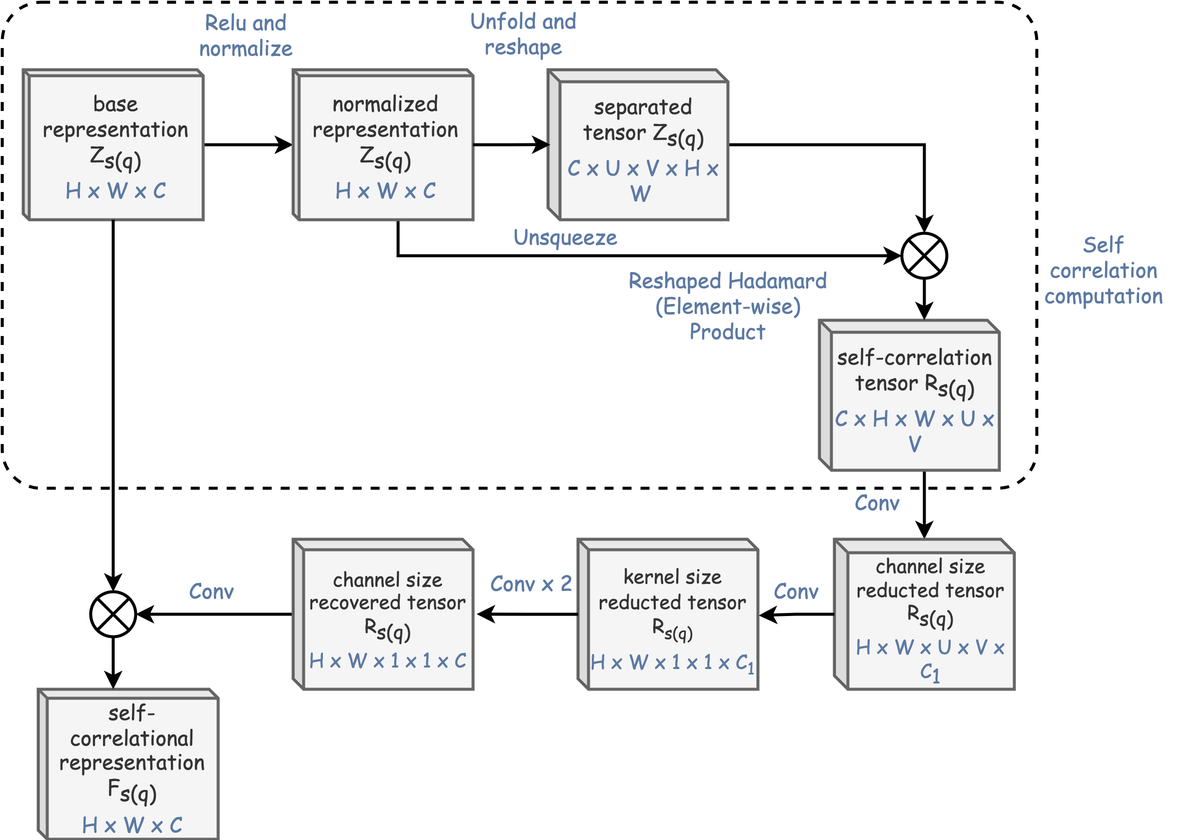
This is readme/scr.png from ygritte723/gi_image_proj, a draw.io export, as it was before one commit. Source tidied: cells renumbered, new cells last; positions are measured from the earlier drawing's top-left corner, leaving out a move shared by most shapes.
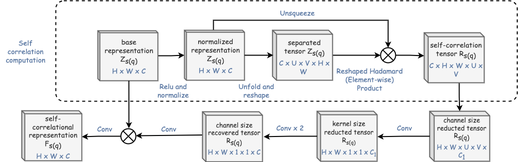
The same file after the commit.

What changed in the source:
```diff
@@ -3,30 +3,30 @@
     <mxCell id="0" />
     <mxCell id="1" parent="0" />
     <mxCell id="2" style="rounded=1;whiteSpace=wrap;html=1;dashed=1;fillColor=none;arcSize=8;fontSize=14;strokeWidth=2;" parent="1" vertex="1">
-      <mxGeometry width="690" height="324" as="geometry" />
+      <mxGeometry x="-52" y="-14" width="922" height="201" as="geometry" />
     </mxCell>
     <mxCell id="3" style="edgeStyle=orthogonalEdgeStyle;rounded=0;jettySize=auto;html=1;fontSize=14;strokeWidth=2;" parent="1" edge="1" source="5" target="7">
       <mxGeometry relative="1" as="geometry" />
     </mxCell>
-    <mxCell id="4" style="edgeStyle=orthogonalEdgeStyle;rounded=0;jettySize=auto;html=1;exitX=0;exitY=0;exitDx=70;exitDy=100;exitPerimeter=0;fontSize=14;strokeWidth=2;" parent="1" edge="1" source="5">
-      <mxGeometry relative="1" as="geometry">
-        <mxPoint x="83.6" y="145.3" as="targetPoint" />
-      </mxGeometry>
-    </mxCell>
     <mxCell id="5" value="&lt;font style=&quot;font-size: 14px;&quot;&gt; base representation Z&lt;sub style=&quot;font-size: 14px;&quot;&gt;s(q)&lt;sub style=&quot;font-size: 14px;&quot;&gt;&lt;br style=&quot;font-size: 14px;&quot;&gt;&lt;/sub&gt;&lt;/sub&gt;&lt;font color=&quot;#5c79a3&quot; style=&quot;font-size: 14px;&quot;&gt;H x W x C&lt;/font&gt;&lt;/font&gt;&lt;font color=&quot;#5c79a3&quot; style=&quot;font-size: 14px;&quot;&gt;&lt;br style=&quot;font-size: 14px;&quot;&gt;&lt;/font&gt;&lt;span style=&quot;box-sizing: border-box; cursor: text; position: absolute; transform-origin: 0px 0px; text-align: start; background-color: rgb(255, 255, 255); left: 743.865px; top: 809.088px; font-size: 14px;&quot; dir=&quot;ltr&quot; role=&quot;presentation&quot;&gt; &lt;/span&gt;&lt;span style=&quot;box-sizing: border-box; color: transparent; cursor: text; position: absolute; transform-origin: 0px 0px; text-align: start; background-color: rgb(255, 255, 255); left: 748.097px; top: 809.088px; font-size: 14px;&quot; dir=&quot;ltr&quot; role=&quot;presentation&quot;&gt;&lt;br style=&quot;font-size: 14px;&quot;&gt;&lt;/span&gt;" style="shape=cube;whiteSpace=wrap;html=1;boundedLbl=1;backgroundOutline=1;darkOpacity=0.05;darkOpacity2=0.1;fontFamily=Comic Sans MS;size=4;fontSize=14;fillColor=#f5f5f5;fontColor=#333333;strokeColor=#666666;strokeWidth=2;" parent="1" vertex="1">
-      <mxGeometry x="14" y="45" width="120" height="100" as="geometry" />
+      <mxGeometry x="32" y="46" width="120" height="100" as="geometry" />
     </mxCell>
-    <mxCell id="6" style="edgeStyle=orthogonalEdgeStyle;rounded=0;jettySize=auto;html=1;exitX=0;exitY=0;exitDx=70;exitDy=100;exitPerimeter=0;entryX=0;entryY=0.5;entryDx=0;entryDy=0;fontSize=14;strokeWidth=2;" parent="1" edge="1" source="7" target="29">
-      <mxGeometry relative="1" as="geometry" />
+    <mxCell id="6" style="edgeStyle=orthogonalEdgeStyle;rounded=0;jettySize=auto;html=1;exitX=0;exitY=0;exitDx=58;exitDy=0;exitPerimeter=0;entryX=0.5;entryY=0;entryDx=0;entryDy=0;fontSize=14;strokeWidth=2;" parent="1" edge="1" source="7" target="29">
+      <mxGeometry relative="1" as="geometry">
+        <Array as="points">
+          <mxPoint x="263" y="25" />
+          <mxPoint x="612" y="25" />
+        </Array>
+      </mxGeometry>
     </mxCell>
     <mxCell id="7" value="&lt;font style=&quot;font-size: 14px;&quot;&gt;normalized representation Z&lt;sub style=&quot;font-size: 14px;&quot;&gt;s(q)&lt;sub style=&quot;font-size: 14px;&quot;&gt;&lt;br style=&quot;font-size: 14px;&quot;&gt;&lt;/sub&gt;&lt;/sub&gt;&lt;font color=&quot;#5c79a3&quot; style=&quot;font-size: 14px;&quot;&gt;H x W x C&lt;/font&gt;&lt;/font&gt;&lt;font color=&quot;#5c79a3&quot; style=&quot;font-size: 14px;&quot;&gt;&lt;br style=&quot;font-size: 14px;&quot;&gt;&lt;/font&gt;&lt;span style=&quot;box-sizing: border-box; cursor: text; position: absolute; transform-origin: 0px 0px; text-align: start; background-color: rgb(255, 255, 255); left: 743.865px; top: 809.088px; font-size: 14px;&quot; dir=&quot;ltr&quot; role=&quot;presentation&quot;&gt; &lt;/span&gt;&lt;span style=&quot;box-sizing: border-box; color: transparent; cursor: text; position: absolute; transform-origin: 0px 0px; text-align: start; background-color: rgb(255, 255, 255); left: 748.097px; top: 809.088px; font-size: 14px;&quot; dir=&quot;ltr&quot; role=&quot;presentation&quot;&gt;&lt;br style=&quot;font-size: 14px;&quot;&gt;&lt;/span&gt;" style="shape=cube;whiteSpace=wrap;html=1;boundedLbl=1;backgroundOutline=1;darkOpacity=0.05;darkOpacity2=0.1;fontFamily=Comic Sans MS;size=4;fontSize=14;fillColor=#f5f5f5;fontColor=#333333;strokeColor=#666666;strokeWidth=2;" parent="1" vertex="1">
-      <mxGeometry x="194" y="45" width="120" height="100" as="geometry" />
+      <mxGeometry x="205" y="45" width="120" height="100" as="geometry" />
     </mxCell>
-    <mxCell id="8" style="edgeStyle=orthogonalEdgeStyle;rounded=0;jettySize=auto;html=1;entryX=0.5;entryY=0;entryDx=0;entryDy=0;fontSize=14;strokeWidth=2;" parent="1" edge="1" source="9" target="29">
+    <mxCell id="8" style="edgeStyle=orthogonalEdgeStyle;rounded=0;jettySize=auto;html=1;entryX=0;entryY=0.5;entryDx=0;entryDy=0;fontSize=14;strokeWidth=2;" parent="1" edge="1" source="9" target="29">
       <mxGeometry relative="1" as="geometry" />
     </mxCell>
     <mxCell id="9" value="&lt;font style=&quot;font-size: 14px;&quot;&gt;separated tensor Z&lt;sub style=&quot;font-size: 14px;&quot;&gt;s(q)&lt;sub style=&quot;font-size: 14px;&quot;&gt;&lt;br style=&quot;font-size: 14px;&quot;&gt;&lt;/sub&gt;&lt;/sub&gt;&lt;font color=&quot;#5c79a3&quot; style=&quot;font-size: 14px;&quot;&gt;C x U x V x H x W&amp;nbsp;&lt;/font&gt;&lt;/font&gt;&lt;font color=&quot;#5c79a3&quot; style=&quot;font-size: 14px;&quot;&gt;&lt;br style=&quot;font-size: 14px;&quot;&gt;&lt;/font&gt;&lt;span style=&quot;box-sizing: border-box; cursor: text; position: absolute; transform-origin: 0px 0px; text-align: start; background-color: rgb(255, 255, 255); left: 743.865px; top: 809.088px; font-size: 14px;&quot; dir=&quot;ltr&quot; role=&quot;presentation&quot;&gt; &lt;/span&gt;&lt;span style=&quot;box-sizing: border-box; color: transparent; cursor: text; position: absolute; transform-origin: 0px 0px; text-align: start; background-color: rgb(255, 255, 255); left: 748.097px; top: 809.088px; font-size: 14px;&quot; dir=&quot;ltr&quot; role=&quot;presentation&quot;&gt;&lt;br style=&quot;font-size: 14px;&quot;&gt;&lt;/span&gt;" style="shape=cube;whiteSpace=wrap;html=1;boundedLbl=1;backgroundOutline=1;darkOpacity=0.05;darkOpacity2=0.1;fontFamily=Comic Sans MS;size=8;fontSize=14;fillColor=#f5f5f5;fontColor=#333333;strokeColor=#666666;strokeWidth=2;" parent="1" vertex="1">
-      <mxGeometry x="364" y="45" width="120" height="100" as="geometry" />
+      <mxGeometry x="381" y="45" width="120" height="100" as="geometry" />
     </mxCell>
     <mxCell id="10" style="edgeStyle=orthogonalEdgeStyle;rounded=0;jettySize=auto;html=1;entryX=0.013;entryY=0.499;entryDx=0;entryDy=0;entryPerimeter=0;fontSize=14;strokeWidth=2;" parent="1" edge="1" source="7" target="9">
       <mxGeometry relative="1" as="geometry" />
@@ -35,70 +35,83 @@
       <mxGeometry relative="1" as="geometry" />
     </mxCell>
     <mxCell id="12" value="&lt;font style=&quot;font-size: 14px;&quot;&gt;self-correlation tensor R&lt;sub style=&quot;font-size: 14px;&quot;&gt;s(q)&lt;sub style=&quot;font-size: 14px;&quot;&gt;&lt;br style=&quot;font-size: 14px;&quot;&gt;&lt;/sub&gt;&lt;/sub&gt;&lt;font color=&quot;#5c79a3&quot; style=&quot;font-size: 14px;&quot;&gt;C x H x W x U x V&lt;/font&gt;&lt;/font&gt;&lt;font color=&quot;#5c79a3&quot; style=&quot;font-size: 14px;&quot;&gt;&lt;br style=&quot;font-size: 14px;&quot;&gt;&lt;/font&gt;&lt;span style=&quot;box-sizing: border-box; cursor: text; position: absolute; transform-origin: 0px 0px; text-align: start; background-color: rgb(255, 255, 255); left: 743.865px; top: 809.088px; font-size: 14px;&quot; dir=&quot;ltr&quot; role=&quot;presentation&quot;&gt; &lt;/span&gt;&lt;span style=&quot;box-sizing: border-box; color: transparent; cursor: text; position: absolute; transform-origin: 0px 0px; text-align: start; background-color: rgb(255, 255, 255); left: 748.097px; top: 809.088px; font-size: 14px;&quot; dir=&quot;ltr&quot; role=&quot;presentation&quot;&gt;&lt;br style=&quot;font-size: 14px;&quot;&gt;&lt;/span&gt;" style="shape=cube;whiteSpace=wrap;html=1;boundedLbl=1;backgroundOutline=1;darkOpacity=0.05;darkOpacity2=0.1;fontFamily=Comic Sans MS;size=8;fontSize=14;fillColor=#f5f5f5;fontColor=#333333;strokeColor=#666666;strokeWidth=2;" parent="1" vertex="1">
-      <mxGeometry x="545" y="212" width="120" height="100" as="geometry" />
+      <mxGeometry x="684" y="50" width="120" height="100" as="geometry" />
     </mxCell>
     <mxCell id="13" value="&lt;font face=&quot;Comic Sans MS&quot; style=&quot;font-size: 14px;&quot;&gt;Relu and normalize&lt;br style=&quot;font-size: 14px;&quot;&gt;&lt;/font&gt;" style="text;strokeColor=none;align=center;fillColor=none;html=1;verticalAlign=middle;whiteSpace=wrap;rounded=0;fontColor=#5C79A3;fontSize=14;strokeWidth=2;" parent="1" vertex="1">
-      <mxGeometry x="103" y="7" width="120" height="30" as="geometry" />
+      <mxGeometry x="123" y="151" width="120" height="30" as="geometry" />
     </mxCell>
     <mxCell id="14" value="&lt;font face=&quot;Comic Sans MS&quot; style=&quot;font-size: 14px;&quot;&gt;Unfold and reshape&lt;br style=&quot;font-size: 14px;&quot;&gt;&lt;/font&gt;" style="text;strokeColor=none;align=center;fillColor=none;html=1;verticalAlign=middle;whiteSpace=wrap;rounded=0;fontColor=#5C79A3;fontSize=14;strokeWidth=2;" parent="1" vertex="1">
-      <mxGeometry x="288" y="6" width="120" height="30" as="geometry" />
+      <mxGeometry x="289" y="151" width="120" height="30" as="geometry" />
     </mxCell>
     <mxCell id="15" value="&lt;font face=&quot;Comic Sans MS&quot; style=&quot;font-size: 14px;&quot;&gt;Reshaped Hadamard (Element-wise) Product&lt;br style=&quot;font-size: 14px;&quot;&gt;&lt;/font&gt;" style="text;strokeColor=none;align=center;fillColor=none;html=1;verticalAlign=middle;whiteSpace=wrap;rounded=0;fontColor=#5C79A3;fontSize=14;strokeWidth=2;" parent="1" vertex="1">
-      <mxGeometry x="410" y="168" width="149" height="70" as="geometry" />
+      <mxGeometry x="501" y="109" width="149" height="70" as="geometry" />
     </mxCell>
     <mxCell id="16" value="&lt;font face=&quot;Comic Sans MS&quot; style=&quot;font-size: 14px;&quot;&gt;Unsqueeze&lt;br style=&quot;font-size: 14px;&quot;&gt;&lt;/font&gt;" style="text;strokeColor=none;align=center;fillColor=none;html=1;verticalAlign=middle;whiteSpace=wrap;rounded=0;fontColor=#5C79A3;fontSize=14;strokeWidth=2;" parent="1" vertex="1">
-      <mxGeometry x="316" y="142" width="120" height="30" as="geometry" />
+      <mxGeometry x="371" y="-4" width="120" height="30" as="geometry" />
     </mxCell>
     <mxCell id="17" value="&lt;font style=&quot;font-size: 13px;&quot;&gt;channel size reducted tensor R&lt;sub style=&quot;font-size: 13px;&quot;&gt;s(q)&lt;sub style=&quot;font-size: 13px;&quot;&gt;&lt;br style=&quot;font-size: 13px;&quot;&gt;&lt;/sub&gt;&lt;/sub&gt;&lt;font color=&quot;#5c79a3&quot; style=&quot;font-size: 13px;&quot;&gt;H x W x U x V x C&lt;sub style=&quot;font-size: 13px;&quot;&gt;1&lt;/sub&gt;&lt;/font&gt;&lt;/font&gt;&lt;font color=&quot;#5c79a3&quot; style=&quot;font-size: 13px;&quot;&gt;&lt;br style=&quot;font-size: 13px;&quot;&gt;&lt;/font&gt;&lt;span style=&quot;box-sizing: border-box; cursor: text; position: absolute; transform-origin: 0px 0px; text-align: start; background-color: rgb(255, 255, 255); left: 743.865px; top: 809.088px; font-size: 13px;&quot; dir=&quot;ltr&quot; role=&quot;presentation&quot;&gt; &lt;/span&gt;&lt;span style=&quot;box-sizing: border-box; color: transparent; cursor: text; position: absolute; transform-origin: 0px 0px; text-align: start; background-color: rgb(255, 255, 255); left: 748.097px; top: 809.088px; font-size: 13px;&quot; dir=&quot;ltr&quot; role=&quot;presentation&quot;&gt;&lt;br style=&quot;font-size: 13px;&quot;&gt;&lt;/span&gt;" style="shape=cube;whiteSpace=wrap;html=1;boundedLbl=1;backgroundOutline=1;darkOpacity=0.05;darkOpacity2=0.1;fontFamily=Comic Sans MS;size=9;fontSize=13;fillColor=#f5f5f5;fontColor=#333333;strokeColor=#666666;strokeWidth=2;" parent="1" vertex="1">
-      <mxGeometry x="555" y="358" width="120" height="100" as="geometry" />
+      <mxGeometry x="695" y="207" width="120" height="100" as="geometry" />
     </mxCell>
     <mxCell id="18" value="&lt;font style=&quot;font-size: 13px;&quot;&gt;&lt;font style=&quot;font-size: 13px;&quot;&gt;kernel size &lt;br style=&quot;&quot;&gt;reducted tensor R&lt;sub style=&quot;&quot;&gt;s(q)&lt;sub style=&quot;font-size: 13px;&quot;&gt;&lt;br style=&quot;&quot;&gt;&lt;/sub&gt;&lt;/sub&gt;&lt;font color=&quot;#5c79a3&quot; style=&quot;font-size: 13px;&quot;&gt;H x W x 1 x 1 x&amp;nbsp;C&lt;sub style=&quot;&quot;&gt;1&lt;/sub&gt;&lt;/font&gt;&lt;/font&gt;&lt;font color=&quot;#5c79a3&quot; style=&quot;font-size: 13px;&quot;&gt;&lt;br style=&quot;&quot;&gt;&lt;/font&gt;&lt;/font&gt;&lt;span style=&quot;box-sizing: border-box; cursor: text; position: absolute; transform-origin: 0px 0px; text-align: start; background-color: rgb(255, 255, 255); left: 743.865px; top: 809.088px; font-size: 13px;&quot; dir=&quot;ltr&quot; role=&quot;presentation&quot;&gt; &lt;/span&gt;&lt;span style=&quot;box-sizing: border-box; color: transparent; cursor: text; position: absolute; transform-origin: 0px 0px; text-align: start; background-color: rgb(255, 255, 255); left: 748.097px; top: 809.088px; font-size: 13px;&quot; dir=&quot;ltr&quot; role=&quot;presentation&quot;&gt;&lt;br style=&quot;&quot;&gt;&lt;/span&gt;" style="shape=cube;whiteSpace=wrap;html=1;boundedLbl=1;backgroundOutline=1;darkOpacity=0.05;darkOpacity2=0.1;fontFamily=Comic Sans MS;size=7;fontSize=14;fillColor=#f5f5f5;fontColor=#333333;strokeColor=#666666;strokeWidth=2;" parent="1" vertex="1">
-      <mxGeometry x="384" y="358" width="120" height="100" as="geometry" />
+      <mxGeometry x="470" y="207" width="120" height="100" as="geometry" />
     </mxCell>
-    <mxCell id="19" style="edgeStyle=orthogonalEdgeStyle;rounded=0;jettySize=auto;html=1;entryX=1;entryY=0.5;entryDx=0;entryDy=0;fontSize=14;strokeWidth=2;" parent="1" edge="1" source="20" target="31">
-      <mxGeometry relative="1" as="geometry" />
+    <mxCell id="19" style="edgeStyle=orthogonalEdgeStyle;rounded=0;jettySize=auto;html=1;fontSize=14;strokeWidth=2;exitX=0;exitY=0;exitDx=0;exitDy=46.5;exitPerimeter=0;entryX=1;entryY=0.5;entryDx=0;entryDy=0;" parent="1" edge="1" source="20" target="31">
+      <mxGeometry relative="1" as="geometry">
+        <Array as="points">
+          <mxPoint x="241" y="256" />
+        </Array>
+      </mxGeometry>
     </mxCell>
     <mxCell id="20" value="&lt;font style=&quot;font-size: 13px;&quot;&gt;channel size recovered tensor R&lt;sub style=&quot;font-size: 13px;&quot;&gt;s(q)&lt;sub style=&quot;font-size: 13px;&quot;&gt;&lt;br style=&quot;font-size: 13px;&quot;&gt;&lt;/sub&gt;&lt;/sub&gt;&lt;font color=&quot;#5c79a3&quot; style=&quot;font-size: 13px;&quot;&gt;H x W x 1 x 1 x&amp;nbsp;C&lt;/font&gt;&lt;/font&gt;&lt;font color=&quot;#5c79a3&quot; style=&quot;font-size: 13px;&quot;&gt;&lt;br style=&quot;font-size: 13px;&quot;&gt;&lt;/font&gt;&lt;span style=&quot;box-sizing: border-box; cursor: text; position: absolute; transform-origin: 0px 0px; text-align: start; background-color: rgb(255, 255, 255); left: 743.865px; top: 809.088px; font-size: 13px;&quot; dir=&quot;ltr&quot; role=&quot;presentation&quot;&gt; &lt;/span&gt;&lt;span style=&quot;box-sizing: border-box; color: transparent; cursor: text; position: absolute; transform-origin: 0px 0px; text-align: start; background-color: rgb(255, 255, 255); left: 748.097px; top: 809.088px; font-size: 13px;&quot; dir=&quot;ltr&quot; role=&quot;presentation&quot;&gt;&lt;br style=&quot;font-size: 13px;&quot;&gt;&lt;/span&gt;" style="shape=cube;whiteSpace=wrap;html=1;boundedLbl=1;backgroundOutline=1;darkOpacity=0.05;darkOpacity2=0.1;fontFamily=Comic Sans MS;fontSize=13;size=7;fillColor=#f5f5f5;fontColor=#333333;strokeColor=#666666;strokeWidth=2;" parent="1" vertex="1">
-      <mxGeometry x="194" y="358" width="120" height="100" as="geometry" />
+      <mxGeometry x="241" y="208" width="120" height="100" as="geometry" />
     </mxCell>
     <mxCell id="21" value="&lt;font style=&quot;font-size: 14px;&quot;&gt;self-correlational representation F&lt;sub style=&quot;font-size: 14px;&quot;&gt;s(q)&lt;sub style=&quot;font-size: 14px;&quot;&gt;&lt;br style=&quot;font-size: 14px;&quot;&gt;&lt;/sub&gt;&lt;/sub&gt;&lt;font color=&quot;#5c79a3&quot; style=&quot;font-size: 14px;&quot;&gt;H x W x&amp;nbsp;C&lt;/font&gt;&lt;/font&gt;&lt;font color=&quot;#5c79a3&quot; style=&quot;font-size: 14px;&quot;&gt;&lt;br style=&quot;font-size: 14px;&quot;&gt;&lt;/font&gt;&lt;span style=&quot;box-sizing: border-box; cursor: text; position: absolute; transform-origin: 0px 0px; text-align: start; background-color: rgb(255, 255, 255); left: 743.865px; top: 809.088px; font-size: 14px;&quot; dir=&quot;ltr&quot; role=&quot;presentation&quot;&gt; &lt;/span&gt;&lt;span style=&quot;box-sizing: border-box; color: transparent; cursor: text; position: absolute; transform-origin: 0px 0px; text-align: start; background-color: rgb(255, 255, 255); left: 748.097px; top: 809.088px; font-size: 14px;&quot; dir=&quot;ltr&quot; role=&quot;presentation&quot;&gt;&lt;br style=&quot;font-size: 14px;&quot;&gt;&lt;/span&gt;" style="shape=cube;whiteSpace=wrap;html=1;boundedLbl=1;backgroundOutline=1;darkOpacity=0.05;darkOpacity2=0.1;fontFamily=Comic Sans MS;size=6;fontSize=14;fillColor=#f5f5f5;fontColor=#333333;strokeColor=#666666;strokeWidth=2;" parent="1" vertex="1">
-      <mxGeometry x="24" y="458" width="120" height="100" as="geometry" />
+      <mxGeometry x="-120" y="206" width="120" height="100" as="geometry" />
     </mxCell>
     <mxCell id="22" value="&lt;font face=&quot;Comic Sans MS&quot; style=&quot;font-size: 14px;&quot;&gt;Conv&lt;br style=&quot;font-size: 14px;&quot;&gt;&lt;/font&gt;" style="text;strokeColor=none;align=center;fillColor=none;html=1;verticalAlign=middle;whiteSpace=wrap;rounded=0;fontColor=#5C79A3;fontSize=14;strokeWidth=2;" parent="1" vertex="1">
-      <mxGeometry x="564" y="319" width="40" height="29" as="geometry" />
+      <mxGeometry x="625" y="227" width="40" height="29" as="geometry" />
     </mxCell>
     <mxCell id="23" style="edgeStyle=orthogonalEdgeStyle;rounded=0;jettySize=auto;html=1;entryX=1.005;entryY=0.508;entryDx=0;entryDy=0;entryPerimeter=0;fontSize=14;strokeWidth=2;" parent="1" edge="1" source="17" target="18">
       <mxGeometry relative="1" as="geometry" />
     </mxCell>
     <mxCell id="24" value="&lt;font face=&quot;Comic Sans MS&quot; style=&quot;font-size: 14px;&quot;&gt;Conv&lt;br style=&quot;font-size: 14px;&quot;&gt;&lt;/font&gt;" style="text;strokeColor=none;align=center;fillColor=none;html=1;verticalAlign=middle;whiteSpace=wrap;rounded=0;fontColor=#5C79A3;fontSize=14;strokeWidth=2;" parent="1" vertex="1">
-      <mxGeometry x="510" y="378" width="40" height="29" as="geometry" />
+      <mxGeometry x="154" y="228" width="40" height="29" as="geometry" />
     </mxCell>
     <mxCell id="25" style="edgeStyle=orthogonalEdgeStyle;rounded=0;jettySize=auto;html=1;entryX=1.02;entryY=0.499;entryDx=0;entryDy=0;entryPerimeter=0;fontSize=14;strokeWidth=2;" parent="1" edge="1" source="18" target="20">
       <mxGeometry relative="1" as="geometry" />
     </mxCell>
     <mxCell id="26" value="&lt;font face=&quot;Comic Sans MS&quot; style=&quot;font-size: 14px;&quot;&gt;Conv x 2&lt;br style=&quot;font-size: 14px;&quot;&gt;&lt;/font&gt;" style="text;strokeColor=none;align=center;fillColor=none;html=1;verticalAlign=middle;whiteSpace=wrap;rounded=0;fontColor=#5C79A3;fontSize=14;strokeWidth=2;" parent="1" vertex="1">
-      <mxGeometry x="324" y="373" width="59" height="29" as="geometry" />
+      <mxGeometry x="387" y="227" width="59" height="29" as="geometry" />
     </mxCell>
     <mxCell id="27" value="&lt;font face=&quot;Comic Sans MS&quot; style=&quot;font-size: 14px;&quot;&gt;Conv&lt;br style=&quot;font-size: 14px;&quot;&gt;&lt;/font&gt;" style="text;strokeColor=none;align=center;fillColor=none;html=1;verticalAlign=middle;whiteSpace=wrap;rounded=0;fontColor=#5C79A3;fontSize=14;strokeWidth=2;" parent="1" vertex="1">
-      <mxGeometry x="120" y="378" width="40" height="29" as="geometry" />
+      <mxGeometry x="26" y="228" width="40" height="29" as="geometry" />
     </mxCell>
-    <mxCell id="28" style="edgeStyle=orthogonalEdgeStyle;rounded=0;jettySize=auto;html=1;entryX=0.5;entryY=0;entryDx=0;entryDy=0;fontSize=14;strokeWidth=2;" parent="1" edge="1" source="5" target="31">
-      <mxGeometry relative="1" as="geometry" />
+    <mxCell id="28" style="edgeStyle=orthogonalEdgeStyle;rounded=0;jettySize=auto;html=1;entryX=0.5;entryY=0;entryDx=0;entryDy=0;fontSize=14;strokeWidth=2;exitX=0;exitY=0;exitDx=62;exitDy=100;exitPerimeter=0;" parent="1" edge="1" source="5" target="31">
+      <mxGeometry relative="1" as="geometry">
+        <Array as="points">
+          <mxPoint x="94" y="241" />
+        </Array>
+      </mxGeometry>
     </mxCell>
     <mxCell id="29" style="shape=sumEllipse;perimeter=ellipsePerimeter;whiteSpace=wrap;html=1;backgroundOutline=1;strokeWidth=2;fontSize=14;" parent="1" vertex="1">
-      <mxGeometry x="600" y="154" width="30" height="30" as="geometry" />
+      <mxGeometry x="597" y="80" width="30" height="30" as="geometry" />
     </mxCell>
-    <mxCell id="30" style="edgeStyle=orthogonalEdgeStyle;rounded=0;jettySize=auto;html=1;entryX=0.583;entryY=0;entryDx=0;entryDy=0;entryPerimeter=0;fontSize=14;strokeWidth=2;" parent="1" edge="1" source="29" target="12">
+    <mxCell id="30" style="edgeStyle=orthogonalEdgeStyle;rounded=0;jettySize=auto;html=1;entryX=0;entryY=0;entryDx=0;entryDy=46;entryPerimeter=0;fontSize=14;strokeWidth=2;exitX=1;exitY=0.5;exitDx=0;exitDy=0;" parent="1" edge="1" source="29" target="12">
       <mxGeometry relative="1" as="geometry" />
     </mxCell>
     <mxCell id="31" style="shape=sumEllipse;perimeter=ellipsePerimeter;whiteSpace=wrap;html=1;backgroundOutline=1;strokeWidth=2;fontSize=14;" parent="1" vertex="1">
-      <mxGeometry x="59" y="393" width="30" height="30" as="geometry" />
+      <mxGeometry x="78" y="242" width="30" height="30" as="geometry" />
     </mxCell>
-    <mxCell id="32" style="edgeStyle=orthogonalEdgeStyle;rounded=0;jettySize=auto;html=1;exitX=0.5;exitY=1;exitDx=0;exitDy=0;entryX=0;entryY=0;entryDx=49.99999999999999;entryDy=0;entryPerimeter=0;fontSize=14;strokeWidth=2;" parent="1" edge="1" source="31" target="21">
-      <mxGeometry relative="1" as="geometry" />
+    <mxCell id="32" style="edgeStyle=orthogonalEdgeStyle;rounded=0;jettySize=auto;html=1;fontSize=14;strokeWidth=2;entryX=0;entryY=0;entryDx=120;entryDy=53;entryPerimeter=0;exitX=0;exitY=0.5;exitDx=0;exitDy=0;" parent="1" edge="1" source="31" target="21">
+      <mxGeometry relative="1" as="geometry">
+        <Array as="points">
+          <mxPoint x="33" y="257" />
+          <mxPoint x="-14" y="258" />
+        </Array>
+      </mxGeometry>
     </mxCell>
     <mxCell id="33" value="&lt;font face=&quot;Comic Sans MS&quot; style=&quot;font-size: 14px;&quot;&gt;Self correlation computation&lt;br style=&quot;font-size: 14px;&quot;&gt;&lt;/font&gt;" style="text;strokeColor=none;align=center;fillColor=none;html=1;verticalAlign=middle;whiteSpace=wrap;rounded=0;fontColor=#5C79A3;fontSize=14;" parent="1" vertex="1">
-      <mxGeometry x="684" y="144" width="102" height="70" as="geometry" />
+      <mxGeometry x="-163" y="53" width="102" height="70" as="geometry" />
     </mxCell>
   </root>
 </mxGraphModel>
```
